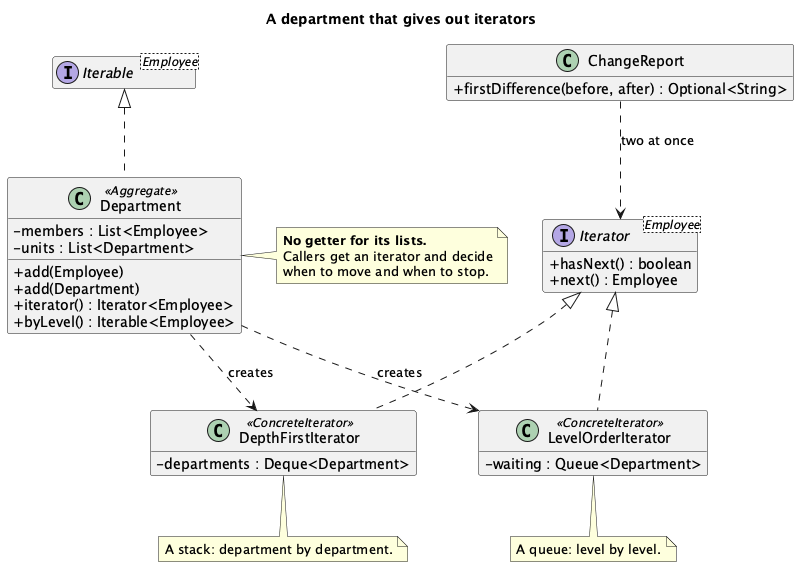
Earlier version of the PlantUML export src/main/java/dev/kaldiroglu/dp/behavioral/iterator/orgchart/uml/Iterator - Org Chart (Solution) - Class Diagram.png (kaldiroglu/DesignPatternsWithJava).
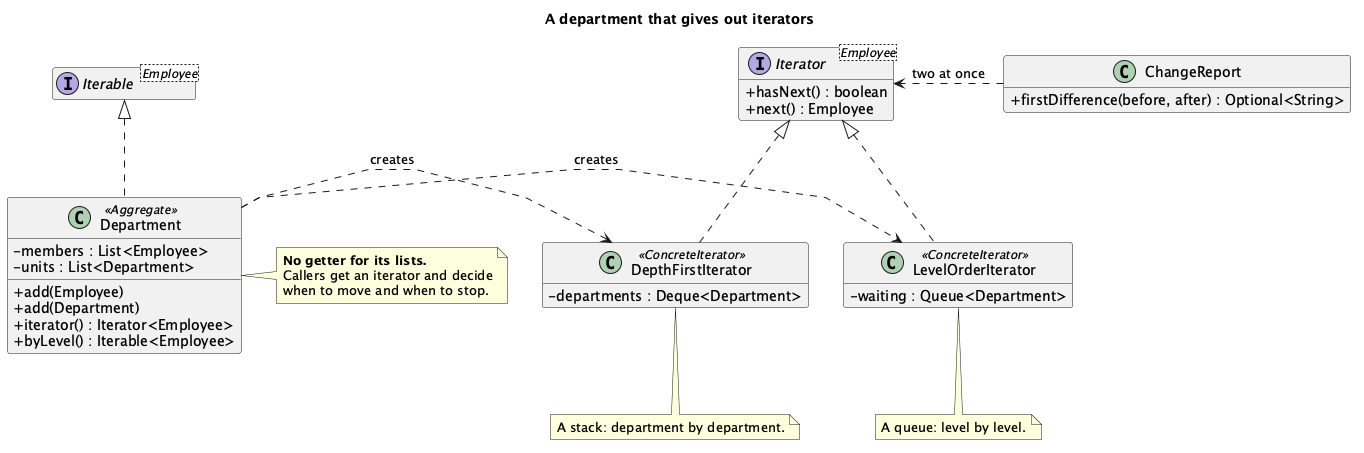
After the change.

Diff of the diagram source:
```diff
@@ -1,4 +1,5 @@
-@startuml "Iterator - Org Chart (Solution) - Class Diagram"
+@startuml
+skinparam linetype polyline
 skinparam classAttributeIconSize 0
 hide empty members
 title A department that gives out iterators
@@ -29,9 +30,6 @@
 Iterable <|.. Department
 Iterator <|.. DepthFirstIterator
 Iterator <|.. LevelOrderIterator
-Department ..> DepthFirstIterator : creates
-Department ..> LevelOrderIterator : creates
-ChangeReport ..> Iterator : two at once
 
 note right of Department
   <b>No getter for its lists.</b>
@@ -44,4 +42,7 @@
 note bottom of LevelOrderIterator
   A queue: level by level.
 end note
+Department .[norank].> DepthFirstIterator : creates
+Department .[norank].> LevelOrderIterator : creates
+ChangeReport .[norank].> Iterator : two at once
 @enduml
```
